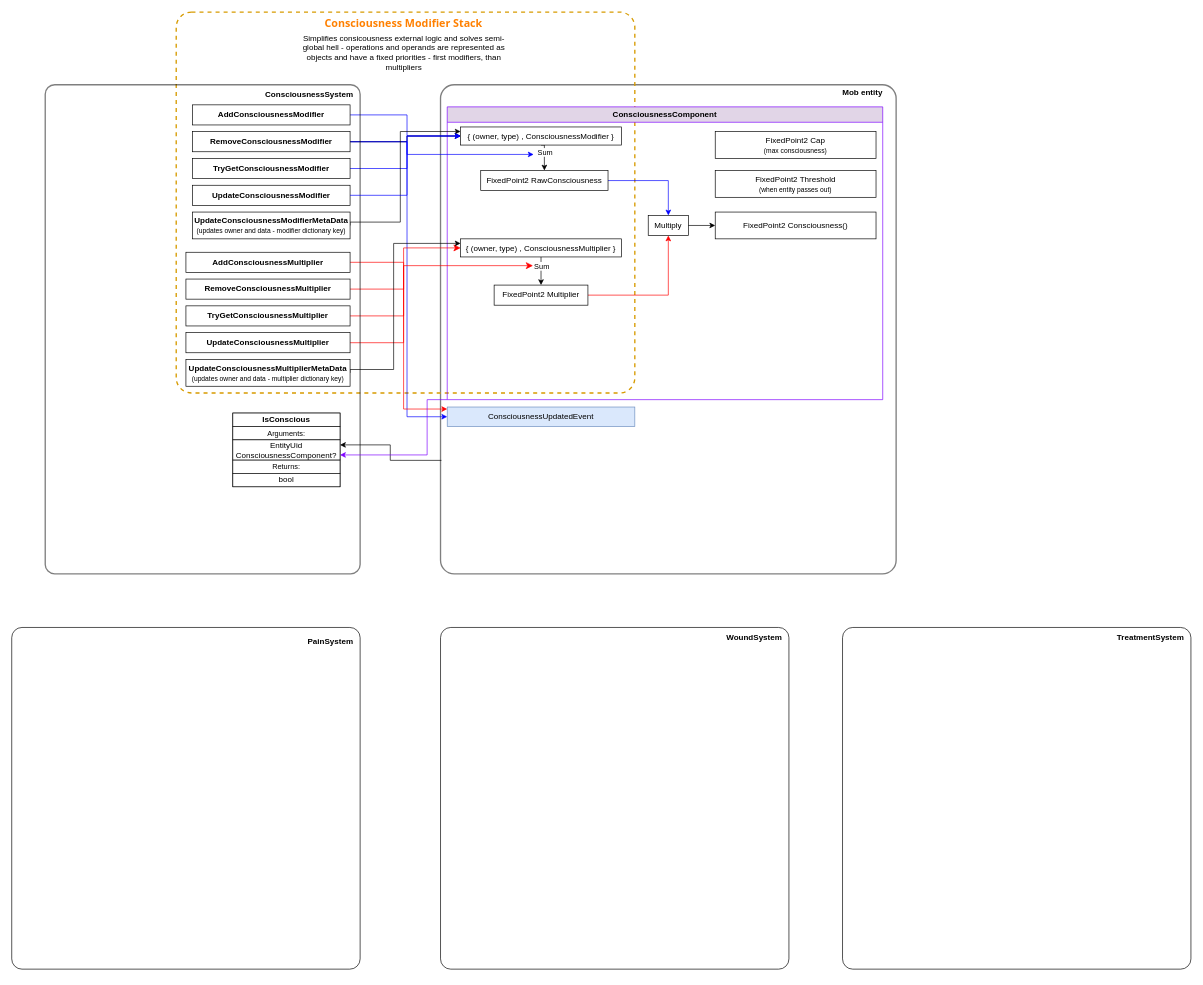
The draw.io diagram Woundmed Architecture Diagram.drawio in TheArturZh/ss220-med-system-docs, before the edit. Source tidied: cells renumbered, new cells numbered last; positions are measured from the earlier drawing's top-left corner, leaving out a move shared by most shapes. Both pictures are drawn from the tidied source at 67%, with x=0, y=0 at pixel (11, 12).
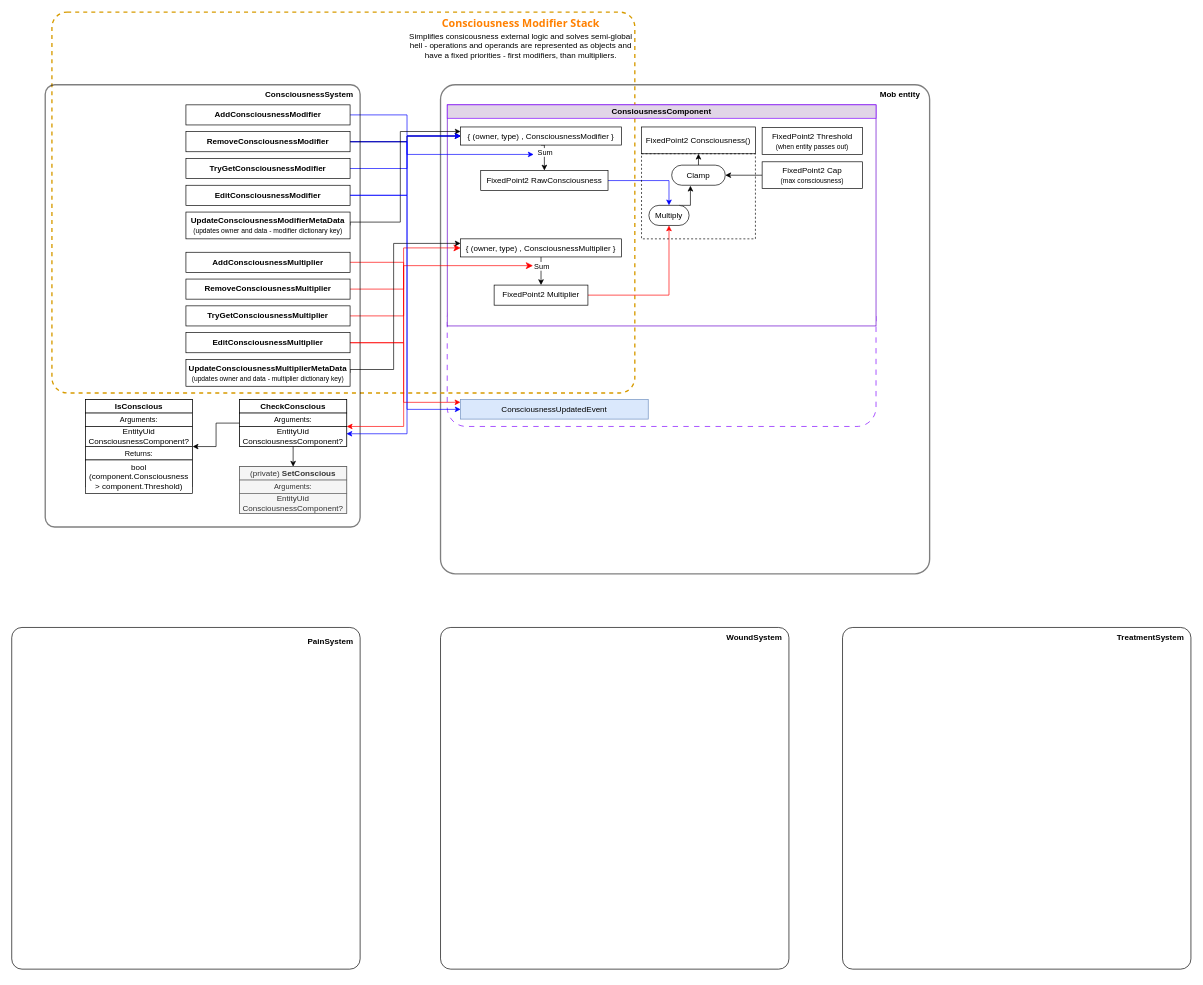
The same page after the edit.

The change refers to these unchanged cells:
```xml
<mxCell id="17" style="edgeStyle=orthogonalEdgeStyle;rounded=0;jettySize=auto;html=1;exitX=0.5;exitY=1;exitDx=0;exitDy=0;entryX=0.5;entryY=0;entryDx=0;entryDy=0;" parent="1" edge="1" source="19" target="24">
  <mxGeometry relative="1" as="geometry" />
</mxCell>
<mxCell id="19" value="{ (owner, type) , ConsciousnessModifier }" style="rounded=0;whiteSpace=wrap;html=1;" parent="1" vertex="1">
  <mxGeometry x="670" y="171" width="240" height="27" as="geometry" />
</mxCell>
<mxCell id="20" style="edgeStyle=orthogonalEdgeStyle;rounded=0;jettySize=auto;html=1;exitX=0.5;exitY=1;exitDx=0;exitDy=0;entryX=0.5;entryY=0;entryDx=0;entryDy=0;" parent="1" edge="1" source="22" target="26">
  <mxGeometry relative="1" as="geometry" />
</mxCell>
<mxCell id="40" style="shape=waypoint;sketch=0;fillStyle=solid;size=6;points=[];fillColor=none;perimeter=centerPerimeter;snapToPoint=1;opacity=0;" parent="1" vertex="1">
  <mxGeometry x="574.9" y="368" width="20" height="20" as="geometry" />
</mxCell>
```

Change to the diagram source:
```diff
@@
+    <mxCell id="70" style="rounded=1;whiteSpace=wrap;html=1;strokeColor=#7F00FF;dashed=1;dashPattern=8 8;" parent="1" vertex="1">
+      <mxGeometry x="650" y="428" width="640" height="190" as="geometry" />
+    </mxCell>
     <mxCell id="2" style="rounded=1;whiteSpace=wrap;html=1;fillColor=none;arcSize=3;opacity=50;strokeWidth=2;" parent="1" vertex="1">
-      <mxGeometry x="640" y="108" width="680" height="730" as="geometry" />
+      <mxGeometry x="640" y="108" width="730" height="730" as="geometry" />
     </mxCell>
+    <mxCell id="71" style="rounded=0;whiteSpace=wrap;html=1;strokeColor=#6600CC;" parent="1" vertex="1">
+      <mxGeometry x="650" y="138" width="640" height="330" as="geometry" />
+    </mxCell>
     <mxCell id="3" style="rounded=1;whiteSpace=wrap;html=1;fillColor=none;arcSize=4;dashed=1;strokeWidth=2;strokeColor=#d79b00;" parent="1" vertex="1">
-      <mxGeometry x="245.5" y="-0.5" width="684.5" height="568.5" as="geometry" />
+      <mxGeometry x="60" y="-0.5" width="870" height="568.5" as="geometry" />
     </mxCell>
     <mxCell id="4" style="edgeStyle=orthogonalEdgeStyle;rounded=0;jettySize=auto;html=1;exitX=1;exitY=0.5;exitDx=0;exitDy=0;entryX=0;entryY=0.5;entryDx=0;entryDy=0;strokeColor=#0000FF;" parent="1" edge="1" source="52" target="42">
       <mxGeometry relative="1" as="geometry">
         <Array as="points">
           <mxPoint x="590" y="193" />
-          <mxPoint x="590" y="604" />
+          <mxPoint x="590" y="593" />
+          <mxPoint x="670" y="593" />
         </Array>
       </mxGeometry>
     </mxCell>
     <mxCell id="5" value="Consciousness Modifier Stack" style="text;html=1;strokeColor=none;fillColor=none;align=center;verticalAlign=top;whiteSpace=wrap;rounded=0;fontStyle=1;fontSize=16;fontColor=#FF8000;labelBorderColor=none;fontFamily=Tahoma;" parent="1" vertex="1">
-      <mxGeometry x="240" y="-0.5" width="689.9" height="32" as="geometry" />
+      <mxGeometry x="590" y="-0.5" width="339.9" height="32" as="geometry" />
     </mxCell>
-    <mxCell id="6" value="ConsciousnessComponent" style="swimlane;whiteSpace=wrap;html=1;fillColor=#e1d5e7;strokeColor=#7F00FF;" parent="1" vertex="1">
-      <mxGeometry x="650" y="141" width="650" height="437" as="geometry" />
-    </mxCell>
-    <mxCell id="7" value="Multiply" style="rounded=0;whiteSpace=wrap;html=1;" parent="6" vertex="1">
-      <mxGeometry x="300" y="162" width="60" height="30" as="geometry" />
-    </mxCell>
@@
-    <mxCell id="18" value="Sum" style="edgeLabel;html=1;align=center;verticalAlign=middle;" parent="17" vertex="1">
+    <mxCell id="18" value="Sum" style="edgeLabel;html=1;align=center;verticalAlign=middle;labelBorderColor=none;" parent="17" vertex="1">
       <mxGeometry x="-0.29" relative="1" as="geometry" />
     </mxCell>
@@
-    <mxCell id="21" value="Sum" style="edgeLabel;html=1;align=center;verticalAlign=middle;" parent="20" vertex="1">
+    <mxCell id="21" value="Sum" style="edgeLabel;html=1;align=center;verticalAlign=middle;labelBorderColor=none;" parent="20" vertex="1">
       <mxGeometry x="-0.36" relative="1" as="geometry" />
     </mxCell>
@@
-    <mxCell id="24" value="FixedPoint2 RawConsciousness" style="rounded=0;whiteSpace=wrap;html=1;" parent="1" vertex="1">
+    <mxCell id="24" value="FixedPoint2 RawConsciousness" style="rounded=0;whiteSpace=wrap;html=1;shadow=0;" parent="1" vertex="1">
       <mxGeometry x="700" y="236" width="190" height="30" as="geometry" />
     </mxCell>
@@
+    <mxCell id="72" style="edgeStyle=orthogonalEdgeStyle;rounded=0;jettySize=auto;html=1;exitX=0;exitY=0.5;exitDx=0;exitDy=0;entryX=1;entryY=0.5;entryDx=0;entryDy=0;" parent="1" edge="1" source="27" target="92">
+      <mxGeometry relative="1" as="geometry" />
+    </mxCell>
     <mxCell id="27" value="FixedPoint2 Cap&lt;br&gt;&lt;font style=&quot;font-size: 10px;&quot;&gt;(max consciousness)&lt;/font&gt;" style="rounded=0;whiteSpace=wrap;html=1;" parent="1" vertex="1">
-      <mxGeometry x="1050" y="178" width="240" height="40" as="geometry" />
+      <mxGeometry x="1120" y="223" width="150" height="40" as="geometry" />
     </mxCell>
     <mxCell id="28" value="FixedPoint2 Threshold&lt;br&gt;&lt;font style=&quot;font-size: 10px;&quot;&gt;(when entity passes out)&lt;/font&gt;" style="rounded=0;whiteSpace=wrap;html=1;" parent="1" vertex="1">
-      <mxGeometry x="1050" y="236" width="240" height="40" as="geometry" />
+      <mxGeometry x="1120" y="172" width="150" height="40" as="geometry" />
     </mxCell>
@@
-    <mxCell id="38" value="Simplifies consicousness external logic and solves semi-global hell - operations and operands are represented as objects and have a fixed priorities - first modifiers, than multipliers" style="text;strokeColor=none;align=center;fillColor=none;html=1;verticalAlign=middle;whiteSpace=wrap;rounded=0;" parent="1" vertex="1">
-      <mxGeometry x="420.7" y="41" width="328.5" height="37.6" as="geometry" />
+    <mxCell id="38" value="Simplifies consicousness external logic and solves semi-global hell - operations and operands are represented as objects and have a fixed priorities - first modifiers, than multipliers." style="text;strokeColor=none;align=center;fillColor=none;html=1;verticalAlign=middle;whiteSpace=wrap;rounded=0;" parent="1" vertex="1">
+      <mxGeometry x="590" y="31.5" width="340" height="37.5" as="geometry" />
     </mxCell>
@@
     <mxCell id="41" value="Mob entity" style="text;html=1;strokeColor=none;fillColor=none;align=right;verticalAlign=top;whiteSpace=wrap;rounded=0;fontStyle=1;" parent="1" vertex="1">
-      <mxGeometry x="1220" y="106" width="82" height="30" as="geometry" />
+      <mxGeometry x="1276" y="109" width="82" height="30" as="geometry" />
     </mxCell>
     <mxCell id="42" value="ConsciousnessUpdatedEvent" style="rounded=0;whiteSpace=wrap;html=1;fillColor=#dae8fc;strokeColor=#6c8ebf;" parent="1" vertex="1">
-      <mxGeometry x="650" y="589" width="280" height="29" as="geometry" />
+      <mxGeometry x="670" y="578" width="280" height="29" as="geometry" />
     </mxCell>
-    <mxCell id="43" style="endArrow=classic;html=1;rounded=0;edgeStyle=orthogonalEdgeStyle;strokeColor=#FF0000;" parent="1" edge="1" source="40">
+    <mxCell id="43" style="endArrow=classic;html=1;rounded=0;edgeStyle=orthogonalEdgeStyle;strokeColor=#FF0000;entryX=-0.001;entryY=0.133;entryDx=0;entryDy=0;entryPerimeter=0;" parent="1" edge="1" source="40" target="42">
       <mxGeometry relative="1" as="geometry">
-        <mxPoint x="650" y="592" as="targetPoint" />
         <Array as="points">
-          <mxPoint x="585" y="592" />
-          <mxPoint x="650" y="592" />
+          <mxPoint x="585" y="582" />
+          <mxPoint x="650" y="582" />
         </Array>
       </mxGeometry>
     </mxCell>
@@
-    <mxCell id="46" value="FixedPoint2 Consciousness()" style="rounded=0;whiteSpace=wrap;html=1;" parent="1" vertex="1">
-      <mxGeometry x="1050" y="298" width="240" height="40" as="geometry" />
-    </mxCell>
-    <mxCell id="47" style="edgeStyle=orthogonalEdgeStyle;rounded=0;jettySize=auto;html=1;exitX=1;exitY=0.5;exitDx=0;exitDy=0;entryX=0;entryY=0.5;entryDx=0;entryDy=0;" parent="1" edge="1" source="7" target="46">
-      <mxGeometry relative="1" as="geometry" />
-    </mxCell>
     <mxCell id="48" style="rounded=1;whiteSpace=wrap;html=1;fillColor=none;arcSize=3;opacity=50;strokeWidth=2;" parent="1" vertex="1">
-      <mxGeometry x="50" y="108" width="470" height="730" as="geometry" />
+      <mxGeometry x="50" y="108" width="470" height="660" as="geometry" />
     </mxCell>
@@
     <mxCell id="50" value="&lt;b&gt;AddConsciousnessModifier&lt;/b&gt;" style="rounded=0;whiteSpace=wrap;html=1;" parent="1" vertex="1">
-      <mxGeometry x="270" y="138" width="235" height="30" as="geometry" />
+      <mxGeometry x="260" y="138" width="245" height="30" as="geometry" />
     </mxCell>
     <mxCell id="51" value="&lt;b&gt;TryGetConsciousnessModifier&lt;/b&gt;" style="rounded=0;whiteSpace=wrap;html=1;" parent="1" vertex="1">
-      <mxGeometry x="270" y="218" width="235" height="30" as="geometry" />
+      <mxGeometry x="260" y="218" width="245" height="30" as="geometry" />
     </mxCell>
     <mxCell id="52" value="&lt;b&gt;RemoveConsciousnessModifier&lt;/b&gt;" style="rounded=0;whiteSpace=wrap;html=1;" parent="1" vertex="1">
-      <mxGeometry x="270" y="178" width="235" height="30" as="geometry" />
+      <mxGeometry x="260" y="178" width="245" height="30" as="geometry" />
     </mxCell>
+    <mxCell id="73" style="edgeStyle=orthogonalEdgeStyle;rounded=0;jettySize=auto;html=1;exitX=1;exitY=0.5;exitDx=0;exitDy=0;entryX=0.997;entryY=0.363;entryDx=0;entryDy=0;strokeColor=#0000FF;entryPerimeter=0;" parent="1" edge="1" source="53" target="81">
+      <mxGeometry relative="1" as="geometry">
+        <Array as="points">
+          <mxPoint x="590" y="273" />
+          <mxPoint x="590" y="628" />
+          <mxPoint x="499" y="628" />
+        </Array>
+      </mxGeometry>
+    </mxCell>
-    <mxCell id="53" value="&lt;b&gt;UpdateConsciousnessModifier&lt;/b&gt;" style="rounded=0;whiteSpace=wrap;html=1;" parent="1" vertex="1">
-      <mxGeometry x="270" y="258" width="235" height="30" as="geometry" />
+    <mxCell id="53" value="&lt;b&gt;EditConsciousnessModifier&lt;/b&gt;" style="rounded=0;whiteSpace=wrap;html=1;" parent="1" vertex="1">
+      <mxGeometry x="260" y="258" width="245" height="30" as="geometry" />
     </mxCell>
     <mxCell id="54" value="&lt;b&gt;UpdateConsciousnessModifierMetaData&lt;/b&gt;&lt;br&gt;&lt;font style=&quot;font-size: 10px;&quot;&gt;(updates owner and data - modifier dictionary key)&lt;/font&gt;" style="rounded=0;whiteSpace=wrap;html=1;" parent="1" vertex="1">
-      <mxGeometry x="270" y="298" width="235" height="40" as="geometry" />
+      <mxGeometry x="260" y="298" width="245" height="40" as="geometry" />
     </mxCell>
-    <mxCell id="55" style="group;" parent="1" vertex="1">
-      <mxGeometry x="330" y="598" width="160" height="110" as="geometry" />
-    </mxCell>
+    <mxCell id="62" value="&lt;b&gt;AddConsciousnessMultiplier&lt;/b&gt;" style="rounded=0;whiteSpace=wrap;html=1;" parent="1" vertex="1">
+      <mxGeometry x="260" y="358" width="245" height="30" as="geometry" />
+    </mxCell>
+    <mxCell id="63" value="&lt;b&gt;TryGetConsciousnessMultiplier&lt;/b&gt;" style="rounded=0;whiteSpace=wrap;html=1;" parent="1" vertex="1">
+      <mxGeometry x="260" y="438" width="245" height="30" as="geometry" />
+    </mxCell>
+    <mxCell id="64" value="&lt;b&gt;RemoveConsciousnessMultiplier&lt;/b&gt;" style="rounded=0;whiteSpace=wrap;html=1;" parent="1" vertex="1">
+      <mxGeometry x="260" y="398" width="245" height="30" as="geometry" />
+    </mxCell>
+    <mxCell id="74" style="edgeStyle=orthogonalEdgeStyle;rounded=0;jettySize=auto;html=1;exitX=1;exitY=0.5;exitDx=0;exitDy=0;entryX=1;entryY=1;entryDx=0;entryDy=0;strokeColor=#FF0000;" parent="1" edge="1" source="65" target="80">
+      <mxGeometry relative="1" as="geometry">
+        <Array as="points">
+          <mxPoint x="585" y="493" />
+          <mxPoint x="585" y="618" />
+        </Array>
+      </mxGeometry>
+    </mxCell>
+    <mxCell id="65" value="&lt;b&gt;EditConsciousnessMultiplier&lt;/b&gt;" style="rounded=0;whiteSpace=wrap;html=1;" parent="1" vertex="1">
+      <mxGeometry x="260" y="478" width="245" height="30" as="geometry" />
+    </mxCell>
+    <mxCell id="66" value="&lt;b&gt;UpdateConsciousnessMultiplierMetaData&lt;br&gt;&lt;/b&gt;&lt;font style=&quot;font-size: 10px;&quot;&gt;(updates owner and data - multiplier dictionary key)&lt;/font&gt;&lt;b&gt;&lt;br&gt;&lt;/b&gt;" style="rounded=0;whiteSpace=wrap;html=1;" parent="1" vertex="1">
+      <mxGeometry x="260" y="518" width="245" height="40" as="geometry" />
+    </mxCell>
+    <mxCell id="69" style="edgeStyle=orthogonalEdgeStyle;rounded=0;jettySize=auto;html=1;exitX=1;exitY=0.5;exitDx=0;exitDy=0;entryX=0;entryY=0.5;entryDx=0;entryDy=0;strokeColor=#0000FF;" parent="1" edge="1" source="53" target="19">
+      <mxGeometry relative="1" as="geometry">
+        <Array as="points">
+          <mxPoint x="590" y="273" />
+          <mxPoint x="590" y="185" />
+        </Array>
+      </mxGeometry>
+    </mxCell>
+    <mxCell id="75" style="group;" parent="1" vertex="1">
+      <mxGeometry x="110" y="578" width="160" height="140" as="geometry" />
+    </mxCell>
-    <mxCell id="56" style="rounded=0;whiteSpace=wrap;html=1;" parent="55" vertex="1">
-      <mxGeometry width="160" height="110" as="geometry" />
+    <mxCell id="56" style="rounded=0;whiteSpace=wrap;html=1;" parent="75" vertex="1">
+      <mxGeometry width="160" height="130" as="geometry" />
     </mxCell>
-    <mxCell id="57" value="IsConscious" style="rounded=0;whiteSpace=wrap;html=1;fontStyle=1;" parent="55" vertex="1">
+    <mxCell id="57" value="IsConscious" style="rounded=0;whiteSpace=wrap;html=1;fontStyle=1;" parent="75" vertex="1">
       <mxGeometry width="160" height="20" as="geometry" />
     </mxCell>
-    <mxCell id="58" value="Arguments:" style="rounded=0;whiteSpace=wrap;html=1;fontSize=11;" parent="55" vertex="1">
+    <mxCell id="58" value="Arguments:" style="rounded=0;whiteSpace=wrap;html=1;fontSize=11;" parent="75" vertex="1">
       <mxGeometry y="20" width="160" height="20" as="geometry" />
     </mxCell>
-    <mxCell id="59" value="Returns:" style="rounded=0;whiteSpace=wrap;html=1;fontSize=11;" parent="55" vertex="1">
+    <mxCell id="59" value="Returns:" style="rounded=0;whiteSpace=wrap;html=1;fontSize=11;" parent="75" vertex="1">
       <mxGeometry y="70" width="160" height="20" as="geometry" />
     </mxCell>
-    <mxCell id="60" value="bool" style="rounded=0;whiteSpace=wrap;html=1;" parent="55" vertex="1">
-      <mxGeometry y="90" width="160" height="20" as="geometry" />
+    <mxCell id="60" value="bool (component.Consciousness &amp;gt; component.Threshold)" style="rounded=0;whiteSpace=wrap;html=1;" parent="75" vertex="1">
+      <mxGeometry y="90" width="160" height="50" as="geometry" />
     </mxCell>
-    <mxCell id="61" value="EntityUid&lt;br&gt;ConsciousnessComponent?" style="rounded=0;whiteSpace=wrap;html=1;" parent="55" vertex="1">
+    <mxCell id="61" value="EntityUid&lt;br&gt;ConsciousnessComponent?" style="rounded=0;whiteSpace=wrap;html=1;" parent="75" vertex="1">
       <mxGeometry y="40" width="160" height="30" as="geometry" />
     </mxCell>
-    <mxCell id="62" value="&lt;b&gt;AddConsciousnessMultiplier&lt;/b&gt;" style="rounded=0;whiteSpace=wrap;html=1;" parent="1" vertex="1">
-      <mxGeometry x="260" y="358" width="245" height="30" as="geometry" />
-    </mxCell>
-    <mxCell id="63" value="&lt;b&gt;TryGetConsciousnessMultiplier&lt;/b&gt;" style="rounded=0;whiteSpace=wrap;html=1;" parent="1" vertex="1">
-      <mxGeometry x="260" y="438" width="245" height="30" as="geometry" />
-    </mxCell>
-    <mxCell id="64" value="&lt;b&gt;RemoveConsciousnessMultiplier&lt;/b&gt;" style="rounded=0;whiteSpace=wrap;html=1;" parent="1" vertex="1">
-      <mxGeometry x="260" y="398" width="245" height="30" as="geometry" />
-    </mxCell>
-    <mxCell id="65" value="&lt;b&gt;UpdateConsciousnessMultiplier&lt;/b&gt;" style="rounded=0;whiteSpace=wrap;html=1;" parent="1" vertex="1">
-      <mxGeometry x="260" y="478" width="245" height="30" as="geometry" />
-    </mxCell>
-    <mxCell id="66" value="&lt;b&gt;UpdateConsciousnessMultiplierMetaData&lt;br&gt;&lt;/b&gt;&lt;font style=&quot;font-size: 10px;&quot;&gt;(updates owner and data - multiplier dictionary key)&lt;/font&gt;&lt;b&gt;&lt;br&gt;&lt;/b&gt;" style="rounded=0;whiteSpace=wrap;html=1;" parent="1" vertex="1">
-      <mxGeometry x="260" y="518" width="245" height="40" as="geometry" />
-    </mxCell>
-    <mxCell id="67" style="edgeStyle=orthogonalEdgeStyle;rounded=0;jettySize=auto;html=1;exitX=1;exitY=0.25;exitDx=0;exitDy=0;entryX=0.002;entryY=0.768;entryDx=0;entryDy=0;entryPerimeter=0;endArrow=none;endFill=0;startArrow=classic;startFill=1;" parent="1" edge="1" source="61" target="2">
-      <mxGeometry relative="1" as="geometry" />
-    </mxCell>
-    <mxCell id="68" style="edgeStyle=orthogonalEdgeStyle;rounded=0;jettySize=auto;html=1;exitX=1;exitY=0.75;exitDx=0;exitDy=0;entryX=0;entryY=1;entryDx=0;entryDy=0;endArrow=none;endFill=0;startArrow=classic;startFill=1;strokeColor=#7F00FF;" parent="1" edge="1" source="61" target="6">
-      <mxGeometry relative="1" as="geometry">
-        <Array as="points">
-          <mxPoint x="620" y="661" />
-          <mxPoint x="620" y="578" />
-        </Array>
-      </mxGeometry>
-    </mxCell>
-    <mxCell id="69" style="edgeStyle=orthogonalEdgeStyle;rounded=0;jettySize=auto;html=1;exitX=1;exitY=0.5;exitDx=0;exitDy=0;entryX=0;entryY=0.5;entryDx=0;entryDy=0;strokeColor=#0000FF;" parent="1" edge="1" source="53" target="19">
-      <mxGeometry relative="1" as="geometry">
-        <Array as="points">
-          <mxPoint x="590" y="273" />
-          <mxPoint x="590" y="185" />
-        </Array>
-      </mxGeometry>
-    </mxCell>
+    <mxCell id="76" value="&lt;b&gt;&lt;font style=&quot;font-size: 12px;&quot;&gt;ConsiousnessComponent&lt;/font&gt;&lt;/b&gt;" style="rounded=0;whiteSpace=wrap;html=1;fillColor=#e1d5e7;strokeColor=#7F00FF;" parent="1" vertex="1">
+      <mxGeometry x="650" y="138" width="640" height="20" as="geometry" />
+    </mxCell>
+    <mxCell id="77" style="group;" parent="1" vertex="1">
+      <mxGeometry x="340" y="578" width="160" height="140" as="geometry" />
+    </mxCell>
+    <mxCell id="78" style="rounded=0;whiteSpace=wrap;html=1;" parent="77" vertex="1">
+      <mxGeometry width="160" height="70" as="geometry" />
+    </mxCell>
+    <mxCell id="79" value="CheckConscious" style="rounded=0;whiteSpace=wrap;html=1;fontStyle=1;" parent="77" vertex="1">
+      <mxGeometry width="160" height="20" as="geometry" />
+    </mxCell>
+    <mxCell id="80" value="Arguments:" style="rounded=0;whiteSpace=wrap;html=1;fontSize=11;" parent="77" vertex="1">
+      <mxGeometry y="20" width="160" height="20" as="geometry" />
+    </mxCell>
+    <mxCell id="81" value="EntityUid&lt;br&gt;ConsciousnessComponent?" style="rounded=0;whiteSpace=wrap;html=1;" parent="77" vertex="1">
+      <mxGeometry y="40" width="160" height="30" as="geometry" />
+    </mxCell>
+    <mxCell id="82" style="edgeStyle=orthogonalEdgeStyle;rounded=0;jettySize=auto;html=1;exitX=0;exitY=0.75;exitDx=0;exitDy=0;entryX=1;entryY=1;entryDx=0;entryDy=0;" parent="1" edge="1" source="80" target="61">
+      <mxGeometry relative="1" as="geometry">
+        <Array as="points">
+          <mxPoint x="305" y="613" />
+          <mxPoint x="305" y="648" />
+        </Array>
+      </mxGeometry>
+    </mxCell>
+    <mxCell id="83" style="group;" parent="1" vertex="1">
+      <mxGeometry x="340" y="678" width="160" height="140" as="geometry" />
+    </mxCell>
+    <mxCell id="84" style="rounded=0;whiteSpace=wrap;html=1;" parent="83" vertex="1">
+      <mxGeometry width="160" height="70" as="geometry" />
+    </mxCell>
+    <mxCell id="85" value="&lt;span style=&quot;font-weight: normal;&quot;&gt;(private)&lt;/span&gt; SetConscious" style="rounded=0;whiteSpace=wrap;html=1;fontStyle=1;fillColor=#f5f5f5;fontColor=#333333;strokeColor=#666666;" parent="83" vertex="1">
+      <mxGeometry width="160" height="20" as="geometry" />
+    </mxCell>
+    <mxCell id="86" value="Arguments:" style="rounded=0;whiteSpace=wrap;html=1;fontSize=11;fillColor=#f5f5f5;fontColor=#333333;strokeColor=#666666;" parent="83" vertex="1">
+      <mxGeometry y="20" width="160" height="20" as="geometry" />
+    </mxCell>
+    <mxCell id="87" value="EntityUid&lt;br&gt;ConsciousnessComponent?" style="rounded=0;whiteSpace=wrap;html=1;fillColor=#f5f5f5;fontColor=#333333;strokeColor=#666666;" parent="83" vertex="1">
+      <mxGeometry y="40" width="160" height="30" as="geometry" />
+    </mxCell>
+    <mxCell id="88" style="edgeStyle=orthogonalEdgeStyle;rounded=0;jettySize=auto;html=1;exitX=0.5;exitY=1;exitDx=0;exitDy=0;entryX=0.5;entryY=0;entryDx=0;entryDy=0;" parent="1" edge="1" source="81" target="85">
+      <mxGeometry relative="1" as="geometry" />
+    </mxCell>
+    <mxCell id="89" style="group;" parent="1" vertex="1">
+      <mxGeometry x="940" y="171" width="170" height="167" as="geometry" />
+    </mxCell>
+    <mxCell id="46" value="FixedPoint2 Consciousness()" style="rounded=0;whiteSpace=wrap;html=1;" parent="89" vertex="1">
+      <mxGeometry width="170" height="40" as="geometry" />
+    </mxCell>
+    <mxCell id="90" style="edgeStyle=orthogonalEdgeStyle;rounded=0;jettySize=auto;html=1;exitX=0.5;exitY=0;exitDx=0;exitDy=0;entryX=0.5;entryY=1;entryDx=0;entryDy=0;" parent="89" edge="1" source="92" target="46">
+      <mxGeometry relative="1" as="geometry" />
+    </mxCell>
+    <mxCell id="91" style="rounded=0;whiteSpace=wrap;html=1;fillColor=none;dashed=1;" parent="89" vertex="1">
+      <mxGeometry y="40" width="170" height="127" as="geometry" />
+    </mxCell>
+    <mxCell id="92" value="Clamp" style="rounded=1;whiteSpace=wrap;html=1;arcSize=50;" parent="89" vertex="1">
+      <mxGeometry x="45" y="57" width="80" height="30" as="geometry" />
+    </mxCell>
+    <mxCell id="93" style="edgeStyle=orthogonalEdgeStyle;rounded=0;jettySize=auto;html=1;exitX=0.75;exitY=0;exitDx=0;exitDy=0;entryX=0.35;entryY=1.023;entryDx=0;entryDy=0;entryPerimeter=0;" parent="89" edge="1" source="7" target="92">
+      <mxGeometry relative="1" as="geometry" />
+    </mxCell>
+    <mxCell id="7" value="Multiply" style="rounded=1;whiteSpace=wrap;html=1;arcSize=50;" parent="89" vertex="1">
+      <mxGeometry x="11" y="117" width="60" height="30" as="geometry" />
+    </mxCell>
```
